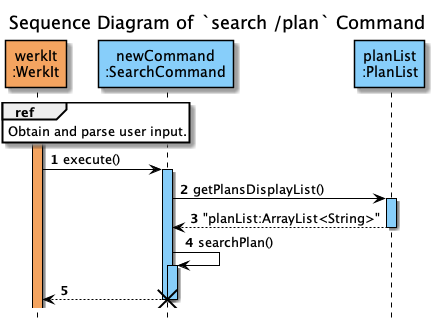
Earlier version of the PlantUML export docs/uml/sequenceDiagrams/search/images/searchPlan.png (nus-cs2113-AY2122S2/tp).
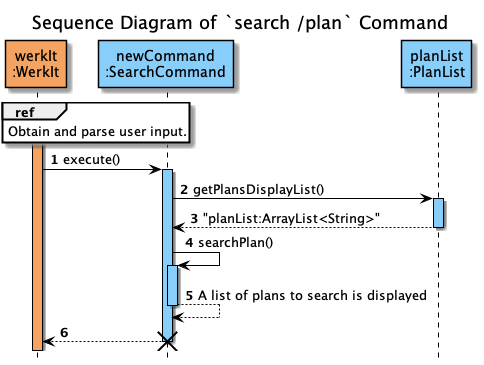
After the commit.

Commit message:
Final update on search sequence diagrams

Diff of the diagram source:
```diff
@@ -27,7 +27,7 @@
 
 newCommand -> newCommand : searchPlan()
 activate newCommand #LightSkyBlue
-
+return A list of plans to search is displayed
 newCommand --> WerkIt
 
 deactivate newCommand
```
